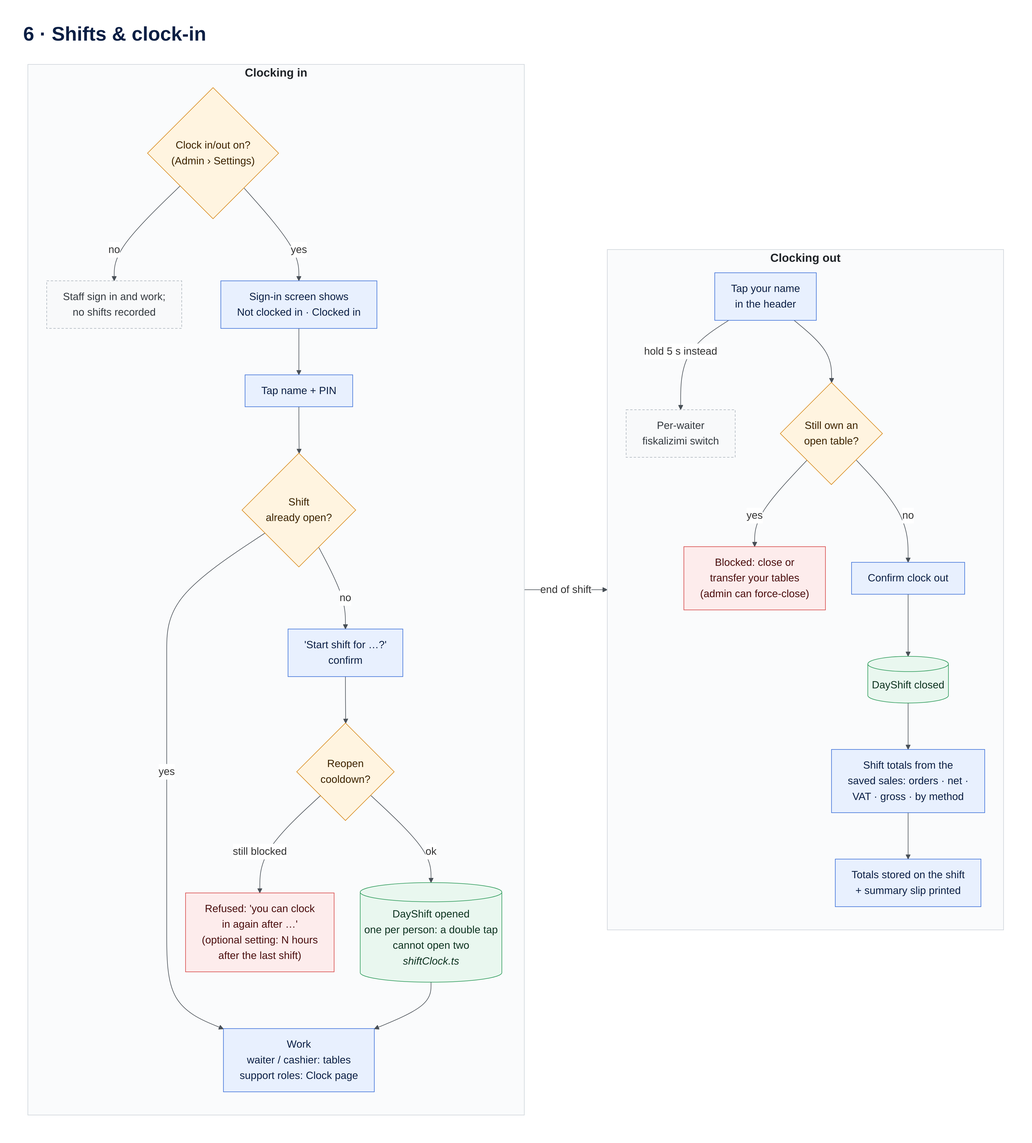
Before: docs/diagrams/export/06-shifts.png, a diagram exported from Mermaid (DidiG03/POS). Its source is kept beside it as docs/diagrams/06-shifts.mmd. The source it was exported from:
```mermaid
---
config:
  layout: dagre
---
flowchart LR
  subgraph IN["Clocking in"]
    direction TB
    S0{"Clock in/out on?<br/>(Admin › Settings)"}
    S0 -- no --> N0["Staff sign in and work;<br/>no shifts recorded"]
    S0 -- yes --> S1["Sign-in screen shows<br/>Not clocked in · Clocked in"]
    S1 --> S2["Tap name + PIN"]
    S2 --> S3{"Shift<br/>already open?"}
    S3 -- yes --> W["Work<br/>waiter / cashier: tables<br/>support roles: Clock page"]
    S3 -- no --> S4["'Start shift for …?'<br/>confirm"]
    S4 --> S5{"Reopen<br/>cooldown?"}
    S5 -- "still blocked" --> S6["Refused: 'you can clock<br/>in again after …'<br/>(optional setting: N hours<br/>after the last shift)"]
    S5 -- ok --> S7[("DayShift opened<br/>one per person: a double tap<br/>cannot open two<br/><i>shiftClock.ts</i>")]
    S7 --> W
  end

  subgraph OUT["Clocking out"]
    direction TB
    O1["Tap your name<br/>in the header"]
    O1 -- "hold 5 s instead" --> FS["Per-waiter<br/>fiskalizimi switch"]
    O1 --> O2{"Still own an<br/>open table?"}
    O2 -- yes --> O3["Blocked: close or<br/>transfer your tables<br/>(admin can force-close)"]
    O2 -- no --> O4["Confirm clock out"]
    O4 --> O5[("DayShift closed")]
    O5 --> O6["Shift totals from the<br/>saved sales: orders · net ·<br/>VAT · gross · by method"]
    O6 --> O7["Totals stored on the shift<br/>+ summary slip printed"]
  end

  IN -- "end of shift" --> OUT

  classDef step fill:#e8f0fe,stroke:#3b6fd8,color:#0b1f44
  classDef decide fill:#fff4e0,stroke:#d88a1d,color:#3d2400
  classDef good fill:#e9f7ef,stroke:#2e9b5b,color:#0d3320
  classDef bad fill:#fdecec,stroke:#d64545,color:#4a0d0d
  classDef note fill:#f8f9fa,stroke:#adb5bd,color:#343a40,stroke-dasharray:4 3
  class S1,S2,S4,W,O1,O4,O6,O7 step
  class S0,S3,S5,O2 decide
  class S7,O5 good
  class S6,O3 bad
  class N0,FS note
```
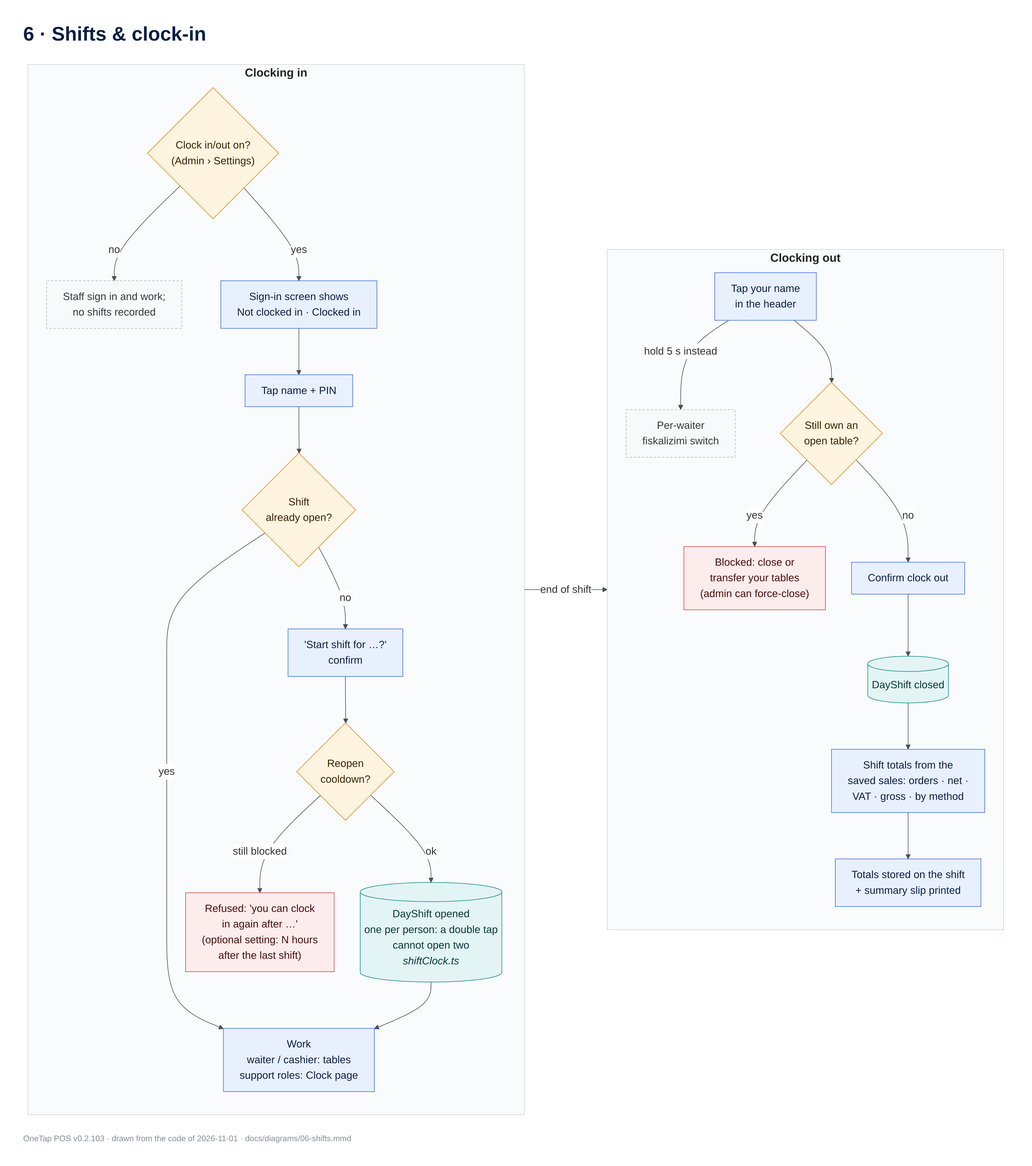
The same diagram one commit later.

The edit, as a diff of the source:
```diff
@@ -33,12 +33,16 @@
   IN -- "end of shift" --> OUT
 
   classDef step fill:#e8f0fe,stroke:#3b6fd8,color:#0b1f44
-  classDef decide fill:#fff4e0,stroke:#d88a1d,color:#3d2400
+  classDef logic fill:#fff4e0,stroke:#d88a1d,color:#3d2400
+  classDef data fill:#e3f4f4,stroke:#178a8a,color:#06393a
   classDef good fill:#e9f7ef,stroke:#2e9b5b,color:#0d3320
+  classDef warn fill:#fff9db,stroke:#e0a800,color:#3d2e00
   classDef bad fill:#fdecec,stroke:#d64545,color:#4a0d0d
+  classDef ext fill:#f3e8fd,stroke:#8b4fd1,color:#2a0d4a
+  classDef device fill:#f1f3f5,stroke:#868e96,color:#212529
   classDef note fill:#f8f9fa,stroke:#adb5bd,color:#343a40,stroke-dasharray:4 3
   class S1,S2,S4,W,O1,O4,O6,O7 step
-  class S0,S3,S5,O2 decide
-  class S7,O5 good
+  class S0,S3,S5,O2 logic
+  class S7,O5 data
   class S6,O3 bad
   class N0,FS note
```
